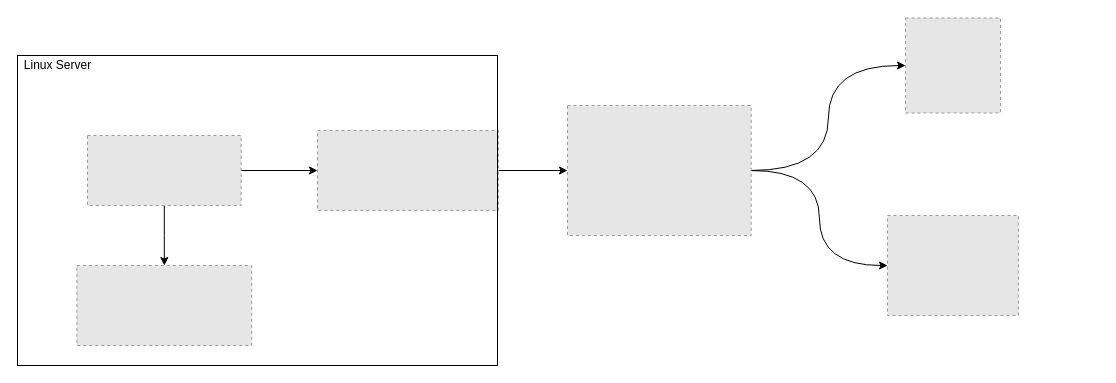
The draw.io diagram Application Architecture.drawio in MarkyMan4/capstone-planning, before the edit. Source tidied: cells renumbered, new cells numbered last; positions are measured from the earlier drawing's top-left corner, leaving out a move shared by most shapes. Both pictures are drawn from the tidied source at 100%, with x=0, y=0 at pixel (17, 17). Pictures stored in the file or linked from it are replaced by grey dashed boxes.
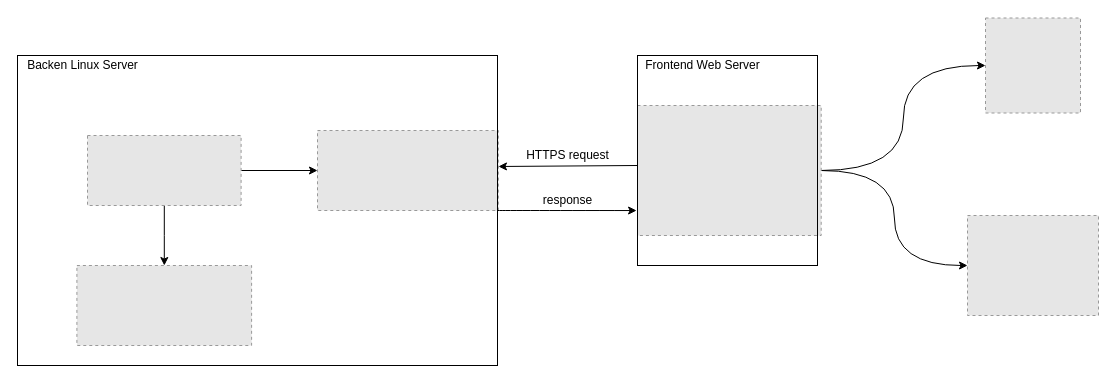
The same diagram, later.

The change refers to these unchanged cells:
```xml
<mxCell id="6" style="fillColor=#E6E6E6;strokeColor=#999999;dashed=1;verticalLabelPosition=bottom;labelBackgroundColor=#ffffff;verticalAlign=top;" parent="1" vertex="1">
  <mxGeometry x="300" y="113" width="180.9" height="80" as="geometry" />
</mxCell>
<mxCell id="11" style="rounded=0;whiteSpace=wrap;html=1;fillColor=none;" parent="1" vertex="1">
  <mxGeometry y="38" width="480" height="310" as="geometry" />
</mxCell>
```

Diff of the diagram source:
```diff
@@
-    <mxCell id="5" style="edgeStyle=orthogonalEdgeStyle;rounded=0;jettySize=auto;html=1;entryX=0;entryY=0.5;entryDx=0;entryDy=0;" parent="1" edge="1" source="6" target="9">
-      <mxGeometry relative="1" as="geometry" />
-    </mxCell>
@@
     <mxCell id="9" style="fillColor=#E6E6E6;strokeColor=#999999;dashed=1;verticalLabelPosition=bottom;labelBackgroundColor=#ffffff;verticalAlign=top;" parent="1" vertex="1">
-      <mxGeometry x="550" y="88" width="183.7" height="130" as="geometry" />
+      <mxGeometry x="620" y="88" width="183.7" height="130" as="geometry" />
     </mxCell>
@@
+    <mxCell id="15" style="edgeStyle=orthogonalEdgeStyle;curved=1;rounded=0;jettySize=auto;html=1;exitX=1;exitY=0.5;exitDx=0;exitDy=0;entryX=-0.005;entryY=0.808;entryDx=0;entryDy=0;entryPerimeter=0;" parent="1" edge="1" source="11" target="9">
+      <mxGeometry relative="1" as="geometry" />
+    </mxCell>
@@
-    <mxCell id="12" value="Linux Server" style="text;html=1;align=center;verticalAlign=middle;" parent="1" vertex="1">
-      <mxGeometry y="38" width="80" height="20" as="geometry" />
+    <mxCell id="12" value="Backen Linux Server" style="text;html=1;align=center;verticalAlign=middle;" parent="1" vertex="1">
+      <mxGeometry y="38" width="130" height="20" as="geometry" />
     </mxCell>
     <mxCell id="13" style="fillColor=#E6E6E6;strokeColor=#999999;dashed=1;verticalLabelPosition=bottom;labelBackgroundColor=#ffffff;verticalAlign=top;" parent="1" vertex="1">
-      <mxGeometry x="870" y="198" width="131" height="100" as="geometry" />
+      <mxGeometry x="950" y="198" width="131" height="100" as="geometry" />
     </mxCell>
     <mxCell id="14" style="fillColor=#E6E6E6;strokeColor=#999999;dashed=1;verticalLabelPosition=bottom;labelBackgroundColor=#ffffff;verticalAlign=top;" parent="1" vertex="1">
-      <mxGeometry x="888" y="0.5" width="95" height="95" as="geometry" />
+      <mxGeometry x="968" y="0.5" width="95" height="95" as="geometry" />
     </mxCell>
+    <mxCell id="16" value="HTTPS request" style="text;html=1;align=center;verticalAlign=middle;" parent="1" vertex="1">
+      <mxGeometry x="500" y="128" width="100" height="20" as="geometry" />
+    </mxCell>
+    <mxCell id="17" value="response" style="text;html=1;align=center;verticalAlign=middle;" parent="1" vertex="1">
+      <mxGeometry x="520" y="173" width="60" height="20" as="geometry" />
+    </mxCell>
+    <mxCell id="18" style="endArrow=classic;html=1;entryX=1.002;entryY=0.358;entryDx=0;entryDy=0;entryPerimeter=0;" parent="1" edge="1" target="11">
+      <mxGeometry relative="1" as="geometry">
+        <mxPoint x="620" y="148" as="sourcePoint" />
+      </mxGeometry>
+    </mxCell>
+    <mxCell id="19" style="rounded=0;whiteSpace=wrap;html=1;fillColor=none;" parent="1" vertex="1">
+      <mxGeometry x="620" y="38" width="180" height="210" as="geometry" />
+    </mxCell>
+    <mxCell id="20" value="Frontend Web Server" style="text;html=1;align=center;verticalAlign=middle;" parent="1" vertex="1">
+      <mxGeometry x="620" y="38" width="130" height="20" as="geometry" />
+    </mxCell>
```
